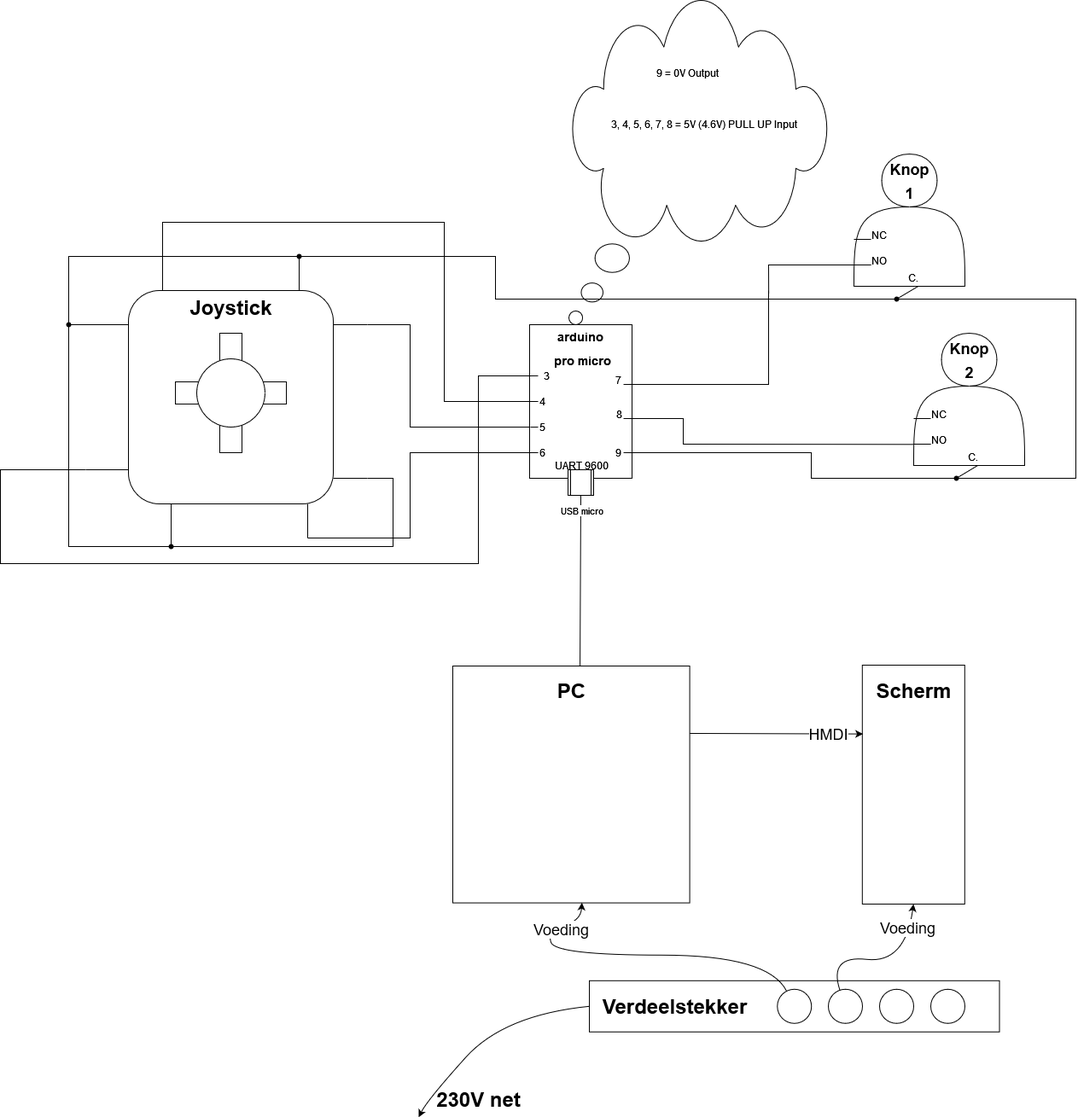
vives-project-xp/BachelorproefKiosk keeps this draw.io diagram as Elektrisch schema.drawio.png. Above is the earlier version. Source tidied: cells renumbered, new cells last; positions are measured from the earlier drawing's top-left corner, leaving out a move shared by most shapes.
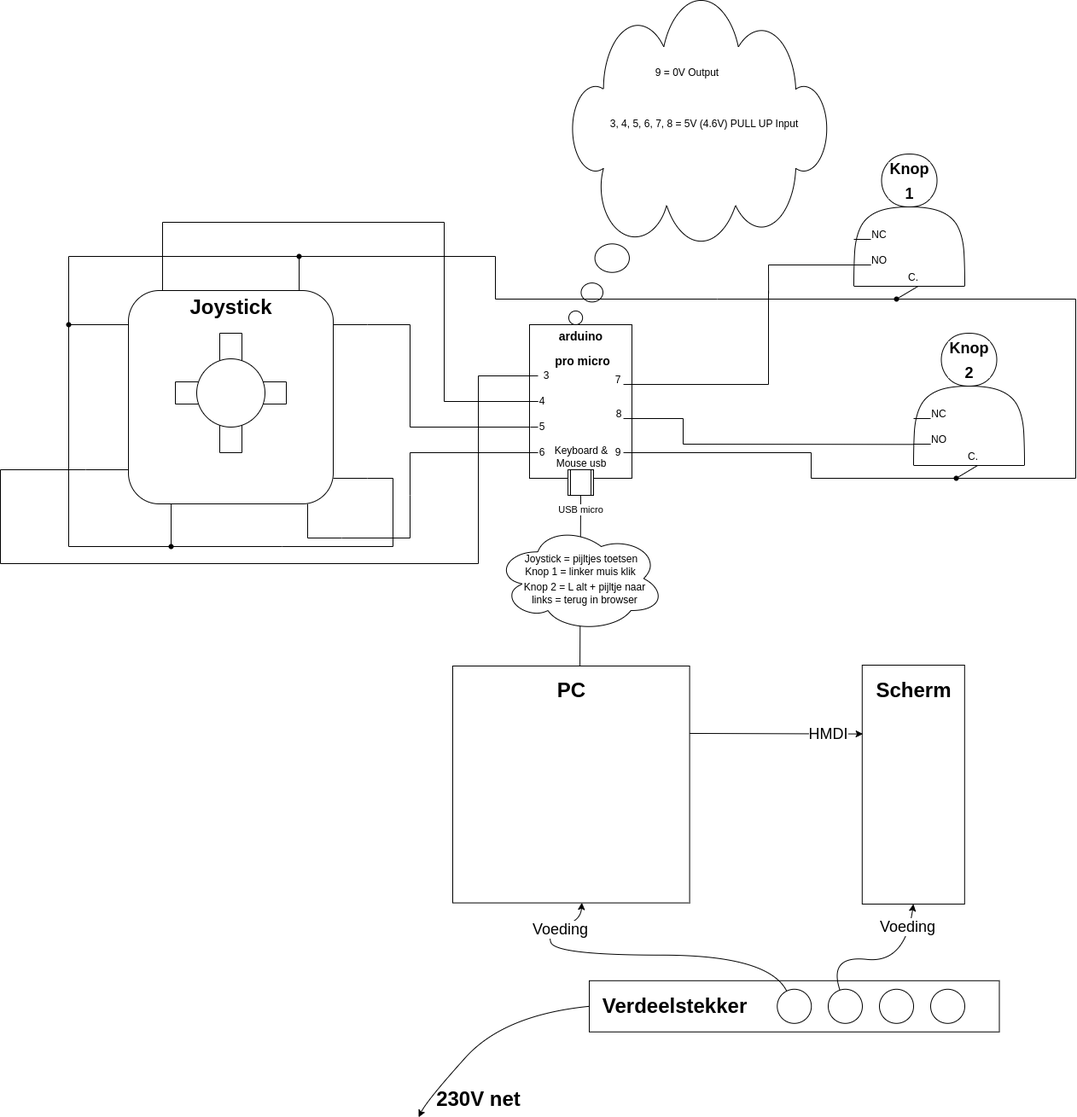
Above is the later version.

Change to the diagram source:
```diff
@@ -314,8 +314,8 @@
     <mxCell id="75" value="3, 4, 5, 6, 7, 8 = 5V (4.6V) PULL UP Input" style="text;html=1;align=center;verticalAlign=middle;whiteSpace=wrap;rounded=0;" parent="1" vertex="1">
       <mxGeometry x="690" y="120" width="270" height="50" as="geometry" />
     </mxCell>
-    <mxCell id="76" value="UART 9600" style="text;html=1;align=center;verticalAlign=middle;whiteSpace=wrap;rounded=0;" parent="1" vertex="1">
-      <mxGeometry x="640" y="530" width="82" height="30" as="geometry" />
+    <mxCell id="76" value="Keyboard &amp;amp; Mouse usb" style="text;html=1;align=center;verticalAlign=middle;whiteSpace=wrap;rounded=0;" parent="1" vertex="1">
+      <mxGeometry x="640" y="520" width="82" height="30" as="geometry" />
     </mxCell>
     <mxCell id="77" style="endArrow=none;html=1;rounded=0;" parent="1" edge="1" source="89">
       <mxGeometry relative="1" as="geometry">
@@ -464,5 +464,17 @@
         </Array>
       </mxGeometry>
     </mxCell>
+    <mxCell id="97" style="ellipse;shape=cloud;whiteSpace=wrap;html=1;" parent="1" vertex="1">
+      <mxGeometry x="580" y="615" width="198.5" height="125" as="geometry" />
+    </mxCell>
+    <mxCell id="98" value="Joystick = pijltjes toetsen" style="text;html=1;align=center;verticalAlign=middle;whiteSpace=wrap;rounded=0;" parent="1" vertex="1">
+      <mxGeometry x="611" y="640" width="140" height="30" as="geometry" />
+    </mxCell>
+    <mxCell id="99" value="Knop 1 = linker muis klik" style="text;html=1;align=center;verticalAlign=middle;whiteSpace=wrap;rounded=0;" parent="1" vertex="1">
+      <mxGeometry x="609.8" y="655" width="140" height="30" as="geometry" />
+    </mxCell>
+    <mxCell id="100" value="Knop 2 = L alt + pijltje naar links = terug in browser" style="text;html=1;align=center;verticalAlign=middle;whiteSpace=wrap;rounded=0;" parent="1" vertex="1">
+      <mxGeometry x="609.8" y="680" width="150" height="30" as="geometry" />
+    </mxCell>
   </root>
 </mxGraphModel>
```
